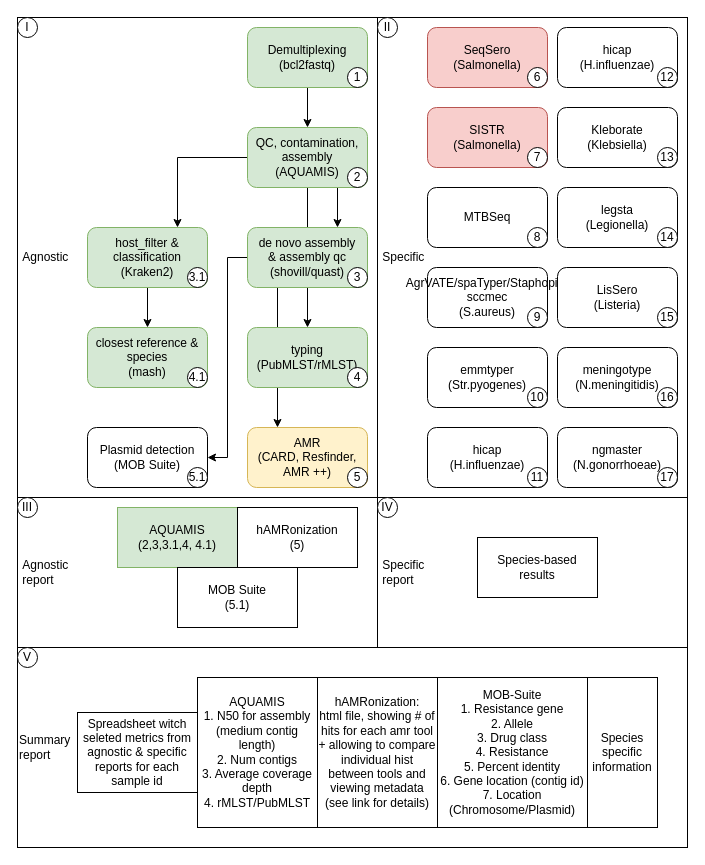
Above: Agnostic_specific_pipe.drawio in NMRL/Ardetype (draw.io), before the change. Source tidied: cells renumbered, new cells numbered last; positions are measured from the earlier drawing's top-left corner, leaving out a move shared by most shapes. Both pictures are drawn from the tidied source at 100%, with x=0, y=0 at pixel (17, 17).
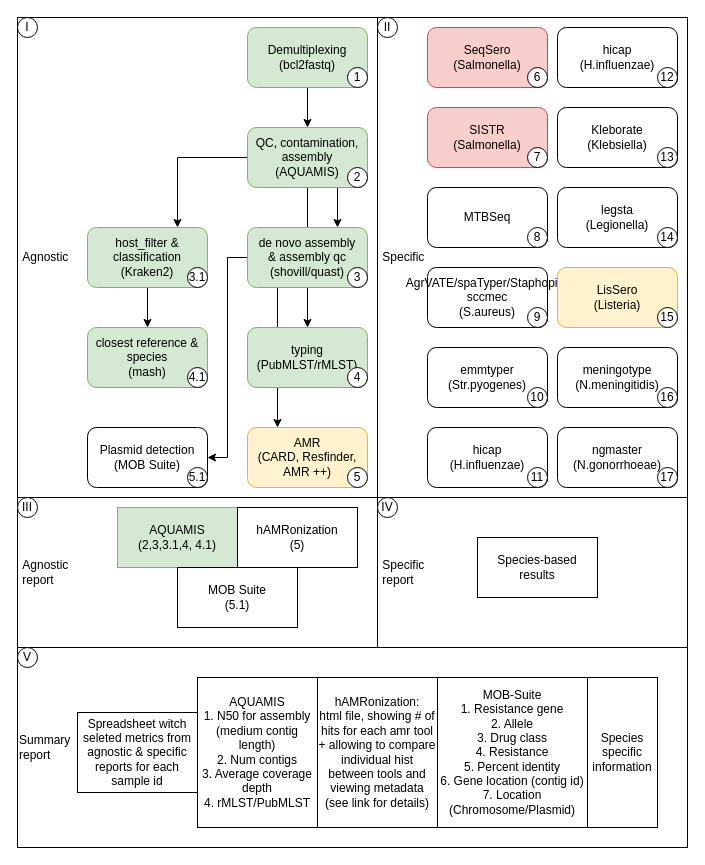
The same page after the edit.

Diff of the diagram source:
```diff
@@
-    <mxCell id="25" value="LisSero&lt;br&gt;&lt;div&gt;(Listeria)&lt;/div&gt;" style="rounded=1;whiteSpace=wrap;html=1;" parent="1" vertex="1">
+    <mxCell id="25" value="LisSero&lt;br&gt;&lt;div&gt;(Listeria)&lt;/div&gt;" style="rounded=1;whiteSpace=wrap;html=1;fillColor=#fff2cc;strokeColor=#d6b656;" parent="1" vertex="1">
       <mxGeometry x="540" y="250" width="120" height="60" as="geometry" />
     </mxCell>
```
